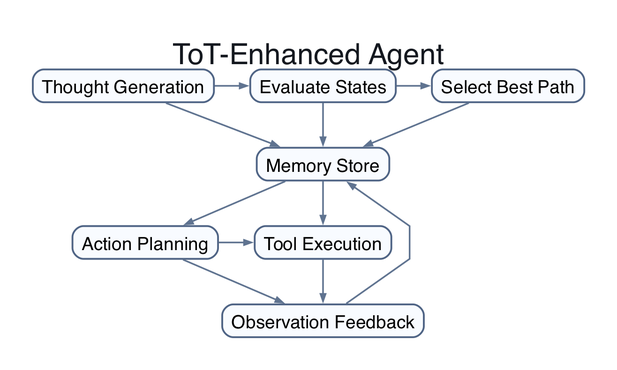
The Graphviz diagram assets/diagram_tot_agent.png in quiznat/tot-hf-survey-artifacts, before a commit. Its source is kept beside it as assets/diagram_tot_agent.dot.
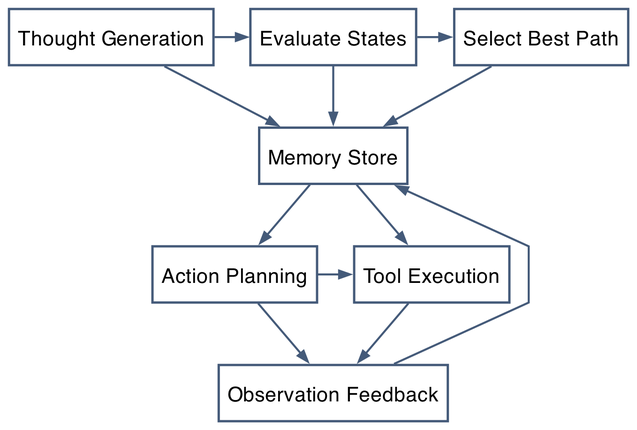
The same diagram one commit later.

The edit, as a diff of the source:
```diff
@@ -1,27 +1,29 @@
 digraph G {
-  graph [bgcolor="#ffffff", pad="0.35", nodesep="0.55", ranksep="0.70", splines="polyline", fontname="Helvetica", fontcolor="#14181f", labelloc="t", margin="0.15", rankdir="TB", label="ToT-Enhanced Agent", fontsize="32"];
-  node [shape="box", style="rounded,filled", fillcolor="#f8fbff", color="#4f6485", penwidth="2.0", fontname="Helvetica", fontsize="20", margin="0.14,0.10"];
-  edge [color="#5f7390", penwidth="1.8", arrowsize="0.8", fontname="Helvetica", fontsize="15", labeldistance="1.4"];
+  graph [bgcolor="#ffffff", pad="0.06", nodesep="0.34", ranksep="0.50", splines="polyline", fontname="Helvetica", fontcolor="#162130", margin="0.02", rankdir="TB", ranksep="0.56"];
+  node [shape="box", style="filled", fillcolor="#ffffff", color="#445a79", penwidth="1.5", fontname="Helvetica", fontsize="13", margin="0.08,0.06"];
+  edge [color="#445a79", penwidth="1.3", arrowsize="0.70", fontname="Helvetica", fontsize="11", fontcolor="#162130"];
 
   thought [label="Thought Generation"];
-  eval [label="Evaluate States"];
+  evaluate [label="Evaluate States"];
   select [label="Select Best Path"];
   memory [label="Memory Store"];
   action [label="Action Planning"];
-  tools [label="Tool Execution"];
+  tool [label="Tool Execution"];
   feedback [label="Observation Feedback"];
 
-  { rank=same; thought; eval; select }
-  { rank=same; action; tools }
+  { rank=same; thought; evaluate; select }
+  { rank=same; action; tool }
 
-  thought -> eval -> select;
+  thought -> evaluate -> select;
   thought -> memory;
-  eval -> memory;
+  evaluate -> memory;
   select -> memory;
+
   memory -> action;
-  memory -> tools;
-  action -> tools;
+  memory -> tool;
+  action -> tool;
+
   action -> feedback;
-  tools -> feedback;
-  feedback -> memory;
+  tool -> feedback;
+  feedback -> memory [constraint=false];
 }
```
